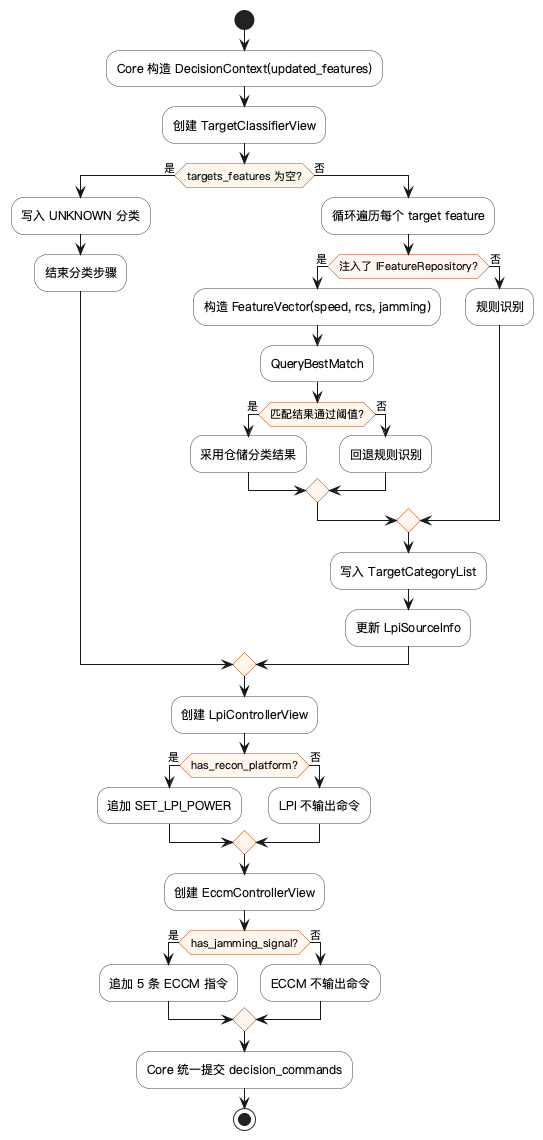
Earlier version of the PlantUML export doc/architecture/decision/decision-cycle-flow.png (boilwater-3/1q).
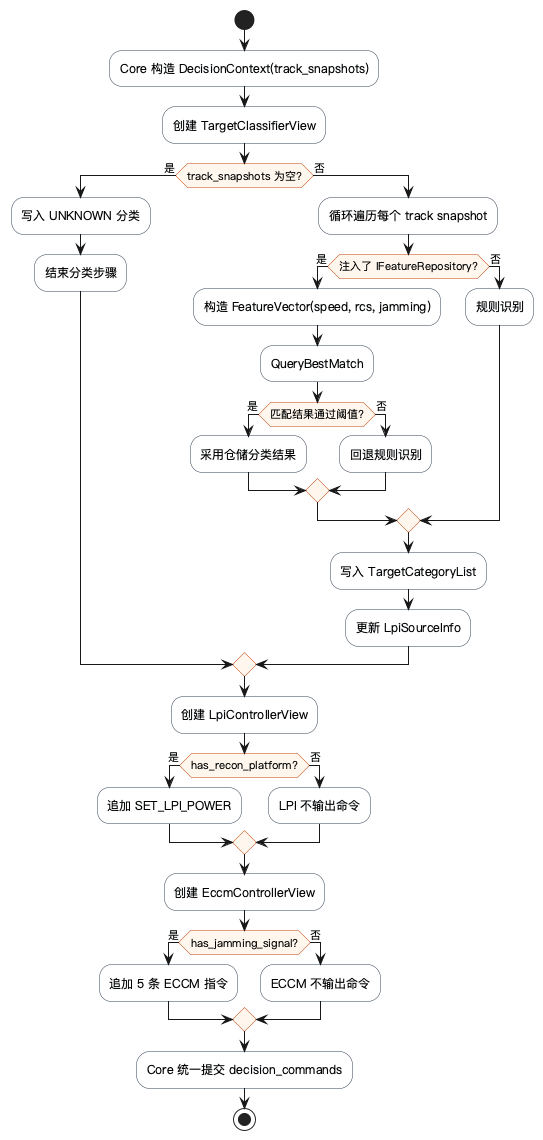
The same file after the commit.

Diff of the diagram source:
```diff
@@ -10,14 +10,14 @@
 
 start
 
-:Core 构造 DecisionContext(updated_features);
+:Core 构造 DecisionContext(track_snapshots);
 :创建 TargetClassifierView;
 
-if (targets_features 为空?) then (是)
+if (track_snapshots 为空?) then (是)
   :写入 UNKNOWN 分类;
   :结束分类步骤;
 else (否)
-  :循环遍历每个 target feature;
+  :循环遍历每个 track snapshot;
   if (注入了 IFeatureRepository?) then (是)
     :构造 FeatureVector(speed, rcs, jamming);
     :QueryBestMatch;
```
